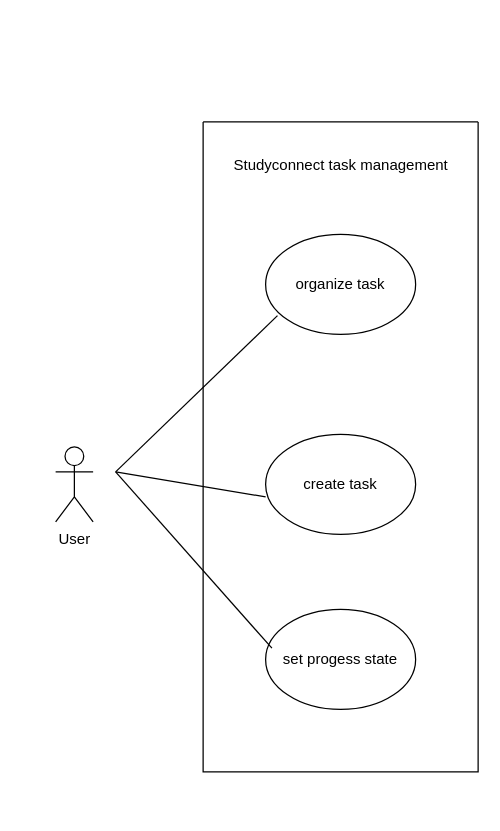
Earlier version of the draw.io diagram docs/ex2-3-2.drawio (dgrewe-hse/studyconnect). Source tidied: cells renumbered, new cells numbered last; positions are measured from the earlier drawing's top-left corner, leaving out a move shared by most shapes. Both pictures are drawn from the tidied source at 125%, with x=0, y=0 at pixel (55, 121).
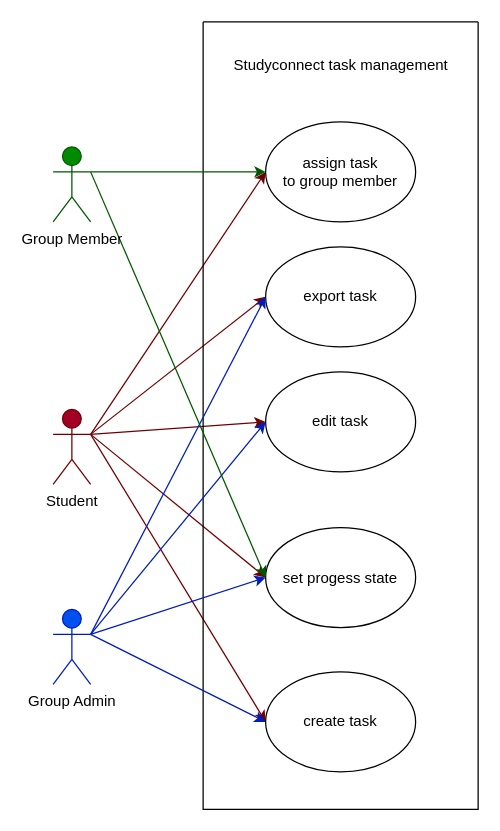
The same diagram, later.

Commit message:
Update use case diagram

Change to the diagram source:
```diff
@@
-    <mxCell id="2" value="create task" style="ellipse;whiteSpace=wrap;html=1;" parent="1" vertex="1">
-      <mxGeometry x="168" y="250" width="120" height="80" as="geometry" />
-    </mxCell>
-    <mxCell id="3" value="organize task" style="ellipse;whiteSpace=wrap;html=1;" parent="1" vertex="1">
-      <mxGeometry x="168" y="90" width="120" height="80" as="geometry" />
-    </mxCell>
-    <mxCell id="4" value="set progess state" style="ellipse;whiteSpace=wrap;html=1;" parent="1" vertex="1">
-      <mxGeometry x="168" y="390" width="120" height="80" as="geometry" />
-    </mxCell>
+    <mxCell id="11" style="rounded=0;jettySize=auto;html=1;exitX=1;exitY=0.3333333333333333;exitDx=0;exitDy=0;exitPerimeter=0;entryX=0;entryY=0.5;entryDx=0;entryDy=0;fillColor=#a20025;strokeColor=#6F0000;" parent="1" edge="1" source="5" target="2">
+      <mxGeometry relative="1" as="geometry" />
+    </mxCell>
+    <mxCell id="12" style="rounded=0;jettySize=auto;html=1;exitX=1;exitY=0.3333333333333333;exitDx=0;exitDy=0;exitPerimeter=0;entryX=0;entryY=0.5;entryDx=0;entryDy=0;fillColor=#a20025;strokeColor=#6F0000;" parent="1" edge="1" source="5" target="4">
+      <mxGeometry relative="1" as="geometry" />
+    </mxCell>
+    <mxCell id="13" style="rounded=0;jettySize=auto;html=1;exitX=1;exitY=0.3333333333333333;exitDx=0;exitDy=0;exitPerimeter=0;entryX=0;entryY=0.5;entryDx=0;entryDy=0;fillColor=#a20025;strokeColor=#6F0000;" parent="1" edge="1" source="5" target="3">
+      <mxGeometry relative="1" as="geometry" />
+    </mxCell>
+    <mxCell id="14" style="rounded=0;jettySize=auto;html=1;exitX=1;exitY=0.3333333333333333;exitDx=0;exitDy=0;exitPerimeter=0;entryX=0;entryY=0.5;entryDx=0;entryDy=0;fillColor=#a20025;strokeColor=#6F0000;" parent="1" edge="1" source="5" target="16">
+      <mxGeometry relative="1" as="geometry" />
+    </mxCell>
+    <mxCell id="15" style="rounded=0;jettySize=auto;html=1;exitX=1;exitY=0.3333333333333333;exitDx=0;exitDy=0;exitPerimeter=0;entryX=0;entryY=0.5;entryDx=0;entryDy=0;fillColor=#a20025;strokeColor=#6F0000;" parent="1" edge="1" source="5" target="17">
+      <mxGeometry relative="1" as="geometry" />
+    </mxCell>
-    <mxCell id="5" value="User" style="shape=umlActor;verticalLabelPosition=bottom;verticalAlign=top;html=1;outlineConnect=0;" parent="1" vertex="1">
-      <mxGeometry y="260" width="30" height="60" as="geometry" />
+    <mxCell id="5" value="&lt;font style=&quot;color: light-dark(rgb(0, 0, 0), rgb(255, 255, 255));&quot;&gt;Student&lt;/font&gt;" style="shape=umlActor;verticalLabelPosition=bottom;verticalAlign=top;html=1;outlineConnect=0;fillColor=#a20025;fontColor=#ffffff;strokeColor=#6F0000;" parent="1" vertex="1">
+      <mxGeometry x="-2" y="230" width="30" height="60" as="geometry" />
     </mxCell>
     <mxCell id="6" style="swimlane;startSize=0;" parent="1" vertex="1">
-      <mxGeometry x="118" width="220" height="520" as="geometry" />
+      <mxGeometry x="118" y="-80" width="220" height="630" as="geometry" />
     </mxCell>
@@
-    <mxCell id="8" style="endArrow=none;html=1;rounded=0;entryX=0.079;entryY=0.813;entryDx=0;entryDy=0;entryPerimeter=0;" parent="1" edge="1" target="3">
-      <mxGeometry relative="1" as="geometry">
-        <mxPoint x="48" y="280" as="sourcePoint" />
-      </mxGeometry>
-    </mxCell>
-    <mxCell id="9" style="endArrow=none;html=1;rounded=0;exitX=0.042;exitY=0.388;exitDx=0;exitDy=0;exitPerimeter=0;" parent="1" edge="1" source="4">
-      <mxGeometry relative="1" as="geometry">
-        <mxPoint x="48" y="280" as="targetPoint" />
-      </mxGeometry>
-    </mxCell>
-    <mxCell id="10" style="endArrow=none;html=1;rounded=0;entryX=0.017;entryY=0.65;entryDx=0;entryDy=0;entryPerimeter=0;" parent="1" edge="1">
-      <mxGeometry relative="1" as="geometry">
-        <mxPoint x="48" y="280" as="sourcePoint" />
-        <mxPoint x="168" y="300" as="targetPoint" />
-      </mxGeometry>
-    </mxCell>
+    <mxCell id="2" value="create task" style="ellipse;whiteSpace=wrap;html=1;" parent="6" vertex="1">
+      <mxGeometry x="50" y="520" width="120" height="80" as="geometry" />
+    </mxCell>
+    <mxCell id="4" value="set progess state" style="ellipse;whiteSpace=wrap;html=1;" parent="6" vertex="1">
+      <mxGeometry x="50" y="404.5" width="120" height="80" as="geometry" />
+    </mxCell>
+    <mxCell id="3" value="edit task" style="ellipse;whiteSpace=wrap;html=1;" parent="6" vertex="1">
+      <mxGeometry x="50" y="280" width="120" height="80" as="geometry" />
+    </mxCell>
+    <mxCell id="16" value="export task" style="ellipse;whiteSpace=wrap;html=1;" parent="6" vertex="1">
+      <mxGeometry x="50" y="180" width="120" height="80" as="geometry" />
+    </mxCell>
+    <mxCell id="17" value="assign task&lt;br&gt;to group member" style="ellipse;whiteSpace=wrap;html=1;" parent="6" vertex="1">
+      <mxGeometry x="50" y="80" width="120" height="80" as="geometry" />
+    </mxCell>
+    <mxCell id="18" value="&lt;font style=&quot;color: light-dark(rgb(0, 0, 0), rgb(255, 255, 255));&quot;&gt;Group Admin&lt;/font&gt;" style="shape=umlActor;verticalLabelPosition=bottom;verticalAlign=top;html=1;outlineConnect=0;fillColor=#0050ef;fontColor=#ffffff;strokeColor=#001DBC;" parent="1" vertex="1">
+      <mxGeometry x="-2" y="390" width="30" height="60" as="geometry" />
+    </mxCell>
+    <mxCell id="19" style="rounded=0;jettySize=auto;html=1;entryX=0;entryY=0.5;entryDx=0;entryDy=0;fillColor=#0050ef;strokeColor=#001DBC;" parent="1" edge="1" target="2">
+      <mxGeometry relative="1" as="geometry">
+        <mxPoint x="28" y="410" as="sourcePoint" />
+      </mxGeometry>
+    </mxCell>
+    <mxCell id="20" style="rounded=0;jettySize=auto;html=1;entryX=0;entryY=0.5;entryDx=0;entryDy=0;fillColor=#0050ef;strokeColor=#001DBC;" parent="1" edge="1" target="4">
+      <mxGeometry relative="1" as="geometry">
+        <mxPoint x="28" y="410" as="sourcePoint" />
+      </mxGeometry>
+    </mxCell>
+    <mxCell id="21" style="rounded=0;jettySize=auto;html=1;entryX=0;entryY=0.5;entryDx=0;entryDy=0;fillColor=#0050ef;strokeColor=#001DBC;" parent="1" edge="1" target="3">
+      <mxGeometry relative="1" as="geometry">
+        <mxPoint x="28" y="410" as="sourcePoint" />
+      </mxGeometry>
+    </mxCell>
+    <mxCell id="22" style="rounded=0;jettySize=auto;html=1;exitX=1;exitY=0.3333333333333333;exitDx=0;exitDy=0;exitPerimeter=0;entryX=0;entryY=0.5;entryDx=0;entryDy=0;fillColor=#0050ef;strokeColor=#001DBC;" parent="1" edge="1" source="18" target="16">
+      <mxGeometry relative="1" as="geometry" />
+    </mxCell>
+    <mxCell id="23" style="edgeStyle=orthogonalEdgeStyle;rounded=0;jettySize=auto;html=1;exitX=1;exitY=0.3333333333333333;exitDx=0;exitDy=0;exitPerimeter=0;entryX=0;entryY=0.5;entryDx=0;entryDy=0;fillColor=#008a00;strokeColor=#005700;" parent="1" edge="1" source="25" target="17">
+      <mxGeometry relative="1" as="geometry" />
+    </mxCell>
+    <mxCell id="24" style="rounded=0;jettySize=auto;html=1;exitX=1;exitY=0.3333333333333333;exitDx=0;exitDy=0;exitPerimeter=0;entryX=0;entryY=0.5;entryDx=0;entryDy=0;fillColor=#008a00;strokeColor=#005700;" parent="1" edge="1" source="25" target="4">
+      <mxGeometry relative="1" as="geometry" />
+    </mxCell>
+    <mxCell id="25" value="&lt;font style=&quot;color: light-dark(rgb(0, 0, 0), rgb(255, 255, 255));&quot;&gt;Group Member&lt;/font&gt;" style="shape=umlActor;verticalLabelPosition=bottom;verticalAlign=top;html=1;outlineConnect=0;fillColor=#008a00;fontColor=#ffffff;strokeColor=#005700;" parent="1" vertex="1">
+      <mxGeometry x="-2" y="20" width="30" height="60" as="geometry" />
+    </mxCell>
```
